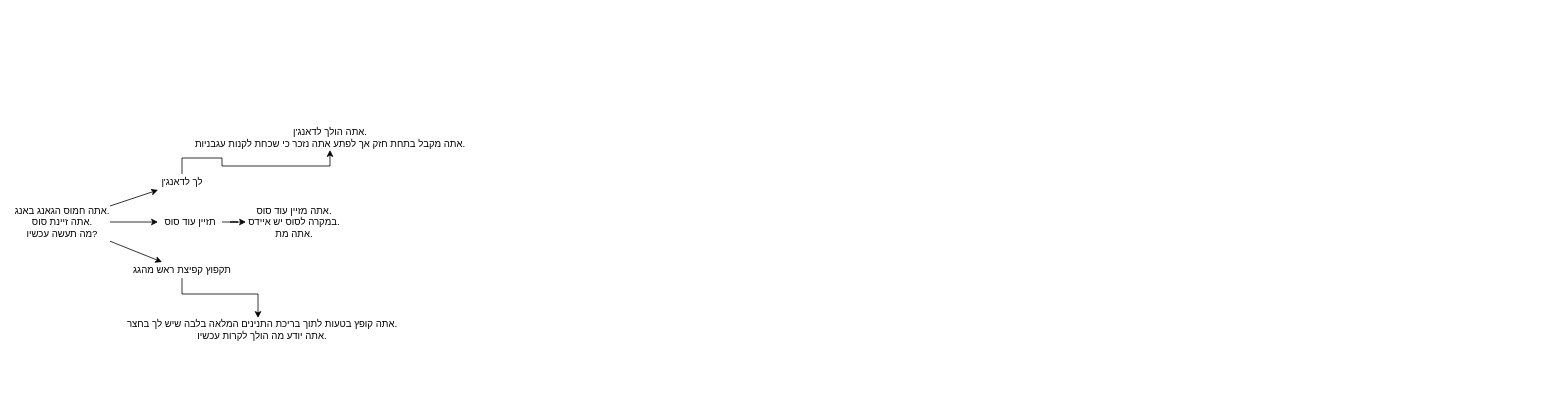
Above: RPG GAME.drawio in FerretBoiX/FerretBoiX.github.io (draw.io), before the change. Source tidied: cells renumbered, new cells numbered last; positions are measured from the earlier drawing's top-left corner, leaving out a move shared by most shapes. Both pictures are drawn from the tidied source at 80%, with x=0, y=0 at pixel (14, 126).
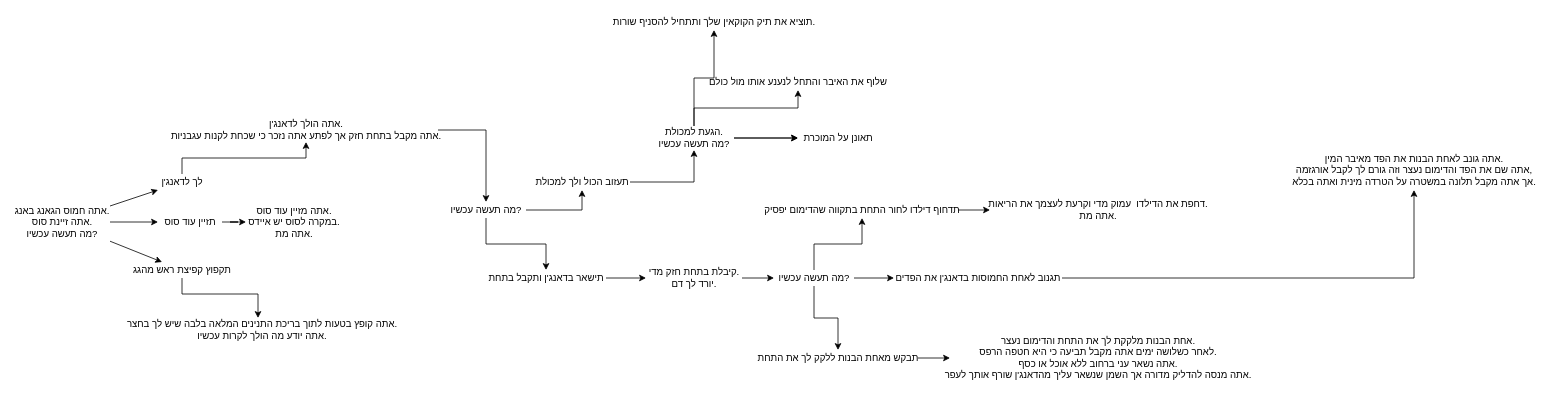
The same page after the edit.

The edit, as a diff of the source:
```diff
@@
+    <mxCell id="15" style="edgeStyle=orthogonalEdgeStyle;rounded=0;jettySize=auto;html=1;" parent="1" edge="1" source="14" target="18">
+      <mxGeometry relative="1" as="geometry" />
+    </mxCell>
     <mxCell id="14" value="אתה הולך לדאנג'ן.&lt;br&gt;אתה מקבל בתחת חזק אך לפתע אתה נזכר כי שכחת לקנות עגבניות." style="text;html=1;align=center;verticalAlign=middle;points=[];" parent="1" vertex="1">
-      <mxGeometry x="230" width="330" height="30" as="geometry" />
+      <mxGeometry x="200" y="-10" width="330" height="30" as="geometry" />
     </mxCell>
+    <mxCell id="16" style="edgeStyle=orthogonalEdgeStyle;rounded=0;jettySize=auto;html=1;" parent="1" edge="1" source="18" target="20">
+      <mxGeometry relative="1" as="geometry" />
+    </mxCell>
+    <mxCell id="17" style="edgeStyle=orthogonalEdgeStyle;rounded=0;jettySize=auto;html=1;" parent="1" edge="1" source="18" target="22">
+      <mxGeometry relative="1" as="geometry" />
+    </mxCell>
+    <mxCell id="18" value="מה תעשה עכשיו?" style="text;html=1;align=center;verticalAlign=middle;points=[];" parent="1" vertex="1">
+      <mxGeometry x="540" y="95" width="100" height="20" as="geometry" />
+    </mxCell>
+    <mxCell id="19" style="edgeStyle=orthogonalEdgeStyle;rounded=0;jettySize=auto;html=1;" parent="1" edge="1" source="20" target="42">
+      <mxGeometry relative="1" as="geometry" />
+    </mxCell>
+    <mxCell id="20" value="תעזוב הכול ולך למכולת" style="text;html=1;align=center;verticalAlign=middle;points=[];" parent="1" vertex="1">
+      <mxGeometry x="650" y="60" width="120" height="20" as="geometry" />
+    </mxCell>
+    <mxCell id="21" style="edgeStyle=orthogonalEdgeStyle;rounded=0;jettySize=auto;html=1;" parent="1" edge="1" source="22" target="24">
+      <mxGeometry relative="1" as="geometry" />
+    </mxCell>
+    <mxCell id="22" value="תישאר בדאנג'ן ותקבל בתחת" style="text;html=1;align=center;verticalAlign=middle;points=[];" parent="1" vertex="1">
+      <mxGeometry x="590" y="180" width="150" height="20" as="geometry" />
+    </mxCell>
+    <mxCell id="23" style="edgeStyle=orthogonalEdgeStyle;rounded=0;jettySize=auto;html=1;" parent="1" edge="1" source="24" target="28">
+      <mxGeometry relative="1" as="geometry" />
+    </mxCell>
+    <mxCell id="24" value="קיבלת בתחת חזק מדי.&lt;br&gt;יורד לך דם." style="text;html=1;align=center;verticalAlign=middle;points=[];" parent="1" vertex="1">
+      <mxGeometry x="790" y="175" width="120" height="30" as="geometry" />
+    </mxCell>
+    <mxCell id="25" style="edgeStyle=orthogonalEdgeStyle;rounded=0;jettySize=auto;html=1;" parent="1" edge="1" source="28" target="30">
+      <mxGeometry relative="1" as="geometry" />
+    </mxCell>
+    <mxCell id="26" style="edgeStyle=orthogonalEdgeStyle;rounded=0;jettySize=auto;html=1;" parent="1" edge="1" source="28" target="32">
+      <mxGeometry relative="1" as="geometry" />
+    </mxCell>
+    <mxCell id="27" style="edgeStyle=orthogonalEdgeStyle;rounded=0;jettySize=auto;html=1;" parent="1" edge="1" source="28" target="34">
+      <mxGeometry relative="1" as="geometry" />
+    </mxCell>
+    <mxCell id="28" value="מה תעשה עכשיו?" style="text;html=1;align=center;verticalAlign=middle;points=[];" parent="1" vertex="1">
+      <mxGeometry x="950" y="180" width="100" height="20" as="geometry" />
+    </mxCell>
+    <mxCell id="29" style="edgeStyle=orthogonalEdgeStyle;rounded=0;jettySize=auto;html=1;" parent="1" edge="1" source="30" target="37">
+      <mxGeometry relative="1" as="geometry" />
+    </mxCell>
+    <mxCell id="30" value="תגנוב לאחת החמוסות בדאנג'ן את הפדים" style="text;html=1;align=center;verticalAlign=middle;points=[];" parent="1" vertex="1">
+      <mxGeometry x="1100" y="180" width="210" height="20" as="geometry" />
+    </mxCell>
+    <mxCell id="31" style="edgeStyle=orthogonalEdgeStyle;rounded=0;jettySize=auto;html=1;" parent="1" edge="1" source="32" target="36">
+      <mxGeometry relative="1" as="geometry" />
+    </mxCell>
+    <mxCell id="32" value="תבקש מאחת הבנות ללקק לך את התחת" style="text;html=1;align=center;verticalAlign=middle;points=[];" parent="1" vertex="1">
+      <mxGeometry x="930" y="280" width="200" height="20" as="geometry" />
+    </mxCell>
+    <mxCell id="33" style="edgeStyle=orthogonalEdgeStyle;rounded=0;jettySize=auto;html=1;" parent="1" edge="1" source="34" target="35">
+      <mxGeometry relative="1" as="geometry" />
+    </mxCell>
+    <mxCell id="34" value="תדחוף דילדו לחור התחת בתקווה שהדימום יפסיק" style="text;html=1;align=center;verticalAlign=middle;points=[];" parent="1" vertex="1">
+      <mxGeometry x="940" y="95" width="240" height="20" as="geometry" />
+    </mxCell>
+    <mxCell id="35" value="דחפת את הדילדו&amp;nbsp; עמוק מדי וקרעת לעצמך את הריאות.&lt;br&gt;אתה מת." style="text;html=1;align=center;verticalAlign=middle;points=[];" parent="1" vertex="1">
+      <mxGeometry x="1220" y="90" width="270" height="30" as="geometry" />
+    </mxCell>
+    <mxCell id="36" value="אחת הבנות מלקקת לך את התחת והדימום נעצר.&lt;br&gt;לאחר כשלושה ימים אתה מקבל תביעה כי היא חטפה הרפס.&lt;br&gt;אתה נשאר עני ברחוב ללא אוכל או כסף.&lt;br&gt;אתה מנסה להדליק מדורה אך השמן שנשאר עליך מהדאנג'ן שורף אותך לעפר." style="text;html=1;align=center;verticalAlign=middle;points=[];" parent="1" vertex="1">
+      <mxGeometry x="1170" y="260" width="370" height="60" as="geometry" />
+    </mxCell>
+    <mxCell id="37" value="אתה גונב לאחת הבנות את הפד מאיבר המין.&lt;br&gt;אתה שם את הפד והדימום נעצר וזה גורם לך לקבל אורגזמה,&lt;br&gt;אך אתה מקבל תלונה במשטרה על הטרדה מינית ואתה בכלא." style="text;html=1;align=center;verticalAlign=middle;points=[];" parent="1" vertex="1">
+      <mxGeometry x="1600" y="30" width="300" height="50" as="geometry" />
+    </mxCell>
+    <mxCell id="38" style="edgeStyle=orthogonalEdgeStyle;rounded=0;jettySize=auto;html=1;" parent="1" edge="1" source="42" target="43">
+      <mxGeometry relative="1" as="geometry" />
+    </mxCell>
+    <mxCell id="39" style="edgeStyle=orthogonalEdgeStyle;rounded=0;jettySize=auto;html=1;" parent="1" edge="1" source="42" target="44">
+      <mxGeometry relative="1" as="geometry" />
+    </mxCell>
+    <mxCell id="40" style="edgeStyle=orthogonalEdgeStyle;rounded=0;jettySize=auto;html=1;" parent="1" edge="1" source="42" target="43">
+      <mxGeometry relative="1" as="geometry" />
+    </mxCell>
+    <mxCell id="41" style="edgeStyle=orthogonalEdgeStyle;rounded=0;jettySize=auto;html=1;" parent="1" edge="1" source="42" target="45">
+      <mxGeometry relative="1" as="geometry" />
+    </mxCell>
+    <mxCell id="42" value="הגעת למכולת.&lt;br&gt;מה תעשה עכשיו?" style="text;html=1;align=center;verticalAlign=middle;points=[];" parent="1" vertex="1">
+      <mxGeometry x="800" width="100" height="30" as="geometry" />
+    </mxCell>
+    <mxCell id="43" value="תאונן על המוכרת" style="text;html=1;align=center;verticalAlign=middle;points=[];" parent="1" vertex="1">
+      <mxGeometry x="980" y="5" width="100" height="20" as="geometry" />
+    </mxCell>
+    <mxCell id="44" value="תוציא את תיק הקוקאין שלך ותתחיל להסניף שורות." style="text;html=1;align=center;verticalAlign=middle;points=[];" parent="1" vertex="1">
+      <mxGeometry x="750" y="-140" width="250" height="20" as="geometry" />
+    </mxCell>
+    <mxCell id="45" value="שלוף את האיבר והתחל לנענע אותו מול כולם" style="text;html=1;align=center;verticalAlign=middle;points=[];" parent="1" vertex="1">
+      <mxGeometry x="870" y="-65" width="220" height="20" as="geometry" />
+    </mxCell>
```
